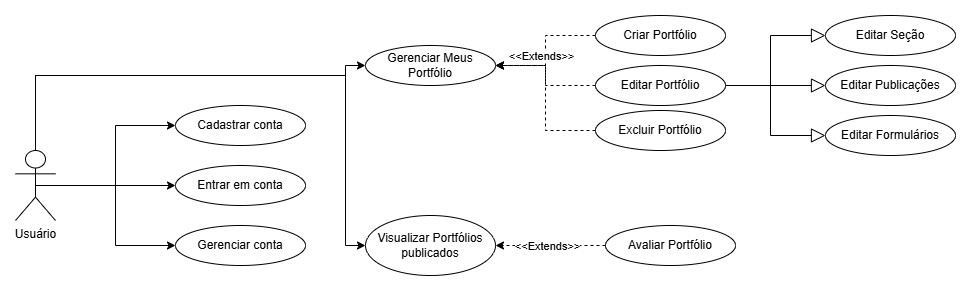
Before: documents/TF-CasosDeUso.png, a diagram exported from draw.io (splantapot/atividadeFinal_DSenai). Source tidied: cells renumbered, new cells last; positions are measured from the earlier drawing's top-left corner, leaving out a move shared by most shapes.
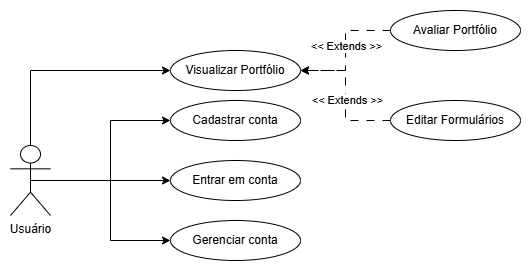
After the commit.

Diff of the diagram source:
```diff
@@ -15,87 +15,41 @@
       <mxGeometry relative="1" as="geometry">
         <Array as="points">
           <mxPoint x="20" y="60" />
-          <mxPoint x="330" y="60" />
-          <mxPoint x="330" y="50" />
         </Array>
       </mxGeometry>
     </mxCell>
-    <mxCell id="6" style="edgeStyle=orthogonalEdgeStyle;rounded=0;jettySize=auto;html=1;exitX=0.5;exitY=0.5;exitDx=0;exitDy=0;exitPerimeter=0;entryX=0;entryY=0.5;entryDx=0;entryDy=0;" parent="1" edge="1" source="7" target="10">
-      <mxGeometry relative="1" as="geometry">
-        <Array as="points">
-          <mxPoint x="20" y="60" />
-          <mxPoint x="330" y="60" />
-          <mxPoint x="330" y="230" />
-        </Array>
-      </mxGeometry>
-    </mxCell>
     <mxCell id="7" value="Usuário" style="shape=umlActor;verticalLabelPosition=bottom;verticalAlign=top;html=1;outlineConnect=0;" parent="1" vertex="1">
       <mxGeometry y="135" width="40" height="70" as="geometry" />
     </mxCell>
     <mxCell id="8" value="Gerenciar conta" style="ellipse;whiteSpace=wrap;html=1;" parent="1" vertex="1">
       <mxGeometry x="160" y="210" width="130" height="40" as="geometry" />
     </mxCell>
-    <mxCell id="9" value="Gerenciar Meus Portfólio" style="ellipse;whiteSpace=wrap;html=1;" parent="1" vertex="1">
-      <mxGeometry x="350" y="30" width="130" height="40" as="geometry" />
+    <mxCell id="9" value="Visualizar Portfólio" style="ellipse;whiteSpace=wrap;html=1;" parent="1" vertex="1">
+      <mxGeometry x="160" y="40" width="130" height="40" as="geometry" />
     </mxCell>
-    <mxCell id="10" value="Visualizar Portfólios publicados" style="ellipse;whiteSpace=wrap;html=1;" parent="1" vertex="1">
-      <mxGeometry x="350" y="200" width="130" height="60" as="geometry" />
-    </mxCell>
     <mxCell id="11" value="Cadastrar conta" style="ellipse;whiteSpace=wrap;html=1;" parent="1" vertex="1">
       <mxGeometry x="160" y="90" width="130" height="40" as="geometry" />
     </mxCell>
     <mxCell id="12" value="Entrar em conta" style="ellipse;whiteSpace=wrap;html=1;" parent="1" vertex="1">
       <mxGeometry x="160" y="150" width="130" height="40" as="geometry" />
     </mxCell>
-    <mxCell id="13" style="edgeStyle=orthogonalEdgeStyle;rounded=0;jettySize=auto;html=1;exitX=0;exitY=0.5;exitDx=0;exitDy=0;entryX=1;entryY=0.5;entryDx=0;entryDy=0;dashed=1;" parent="1" edge="1" source="14" target="9">
-      <mxGeometry relative="1" as="geometry" />
-    </mxCell>
-    <mxCell id="14" value="Criar Portfólio" style="ellipse;whiteSpace=wrap;html=1;" parent="1" vertex="1">
-      <mxGeometry x="580" width="130" height="40" as="geometry" />
-    </mxCell>
-    <mxCell id="15" style="edgeStyle=orthogonalEdgeStyle;rounded=0;jettySize=auto;html=1;exitX=0;exitY=0.5;exitDx=0;exitDy=0;entryX=1;entryY=0.5;entryDx=0;entryDy=0;dashed=1;" parent="1" edge="1" source="16" target="9">
-      <mxGeometry relative="1" as="geometry" />
-    </mxCell>
-    <mxCell id="16" value="Excluir Portfólio" style="ellipse;whiteSpace=wrap;html=1;" parent="1" vertex="1">
-      <mxGeometry x="580" y="95" width="130" height="40" as="geometry" />
-    </mxCell>
-    <mxCell id="17" style="edgeStyle=orthogonalEdgeStyle;rounded=0;jettySize=auto;html=1;exitX=0;exitY=0.5;exitDx=0;exitDy=0;entryX=1;entryY=0.5;entryDx=0;entryDy=0;dashed=1;" parent="1" edge="1" source="22" target="9">
-      <mxGeometry relative="1" as="geometry" />
-    </mxCell>
-    <mxCell id="18" value="&amp;lt;&amp;lt;Extends&amp;gt;&amp;gt;" style="edgeLabel;html=1;align=center;verticalAlign=middle;" parent="17" vertex="1">
-      <mxGeometry x="-0.12" y="4" relative="1" as="geometry">
-        <mxPoint x="-1" y="-27" as="offset" />
-      </mxGeometry>
-    </mxCell>
-    <mxCell id="19" style="edgeStyle=orthogonalEdgeStyle;rounded=0;jettySize=auto;html=1;exitX=1;exitY=0.5;exitDx=0;exitDy=0;entryX=0;entryY=0.5;entryDx=0;entryDy=0;endArrow=block;endFill=0;strokeWidth=1;endSize=12;" parent="1" edge="1" source="22" target="23">
-      <mxGeometry relative="1" as="geometry" />
-    </mxCell>
-    <mxCell id="20" style="edgeStyle=orthogonalEdgeStyle;rounded=0;jettySize=auto;html=1;exitX=1;exitY=0.5;exitDx=0;exitDy=0;endArrow=block;endFill=0;endSize=12;" parent="1" edge="1" source="22" target="24">
-      <mxGeometry relative="1" as="geometry" />
-    </mxCell>
-    <mxCell id="21" style="edgeStyle=orthogonalEdgeStyle;rounded=0;jettySize=auto;html=1;exitX=1;exitY=0.5;exitDx=0;exitDy=0;entryX=0;entryY=0.5;entryDx=0;entryDy=0;endArrow=block;endFill=0;endSize=12;" parent="1" edge="1" source="22" target="25">
-      <mxGeometry relative="1" as="geometry" />
-    </mxCell>
-    <mxCell id="22" value="Editar Portfólio" style="ellipse;whiteSpace=wrap;html=1;" parent="1" vertex="1">
-      <mxGeometry x="580" y="50" width="130" height="40" as="geometry" />
-    </mxCell>
-    <mxCell id="23" value="Editar Seção" style="ellipse;whiteSpace=wrap;html=1;" parent="1" vertex="1">
-      <mxGeometry x="810" width="130" height="40" as="geometry" />
-    </mxCell>
-    <mxCell id="24" value="Editar Publicações" style="ellipse;whiteSpace=wrap;html=1;" parent="1" vertex="1">
-      <mxGeometry x="810" y="50" width="130" height="40" as="geometry" />
-    </mxCell>
+    <mxCell id="29" style="edgeStyle=orthogonalEdgeStyle;rounded=0;jettySize=auto;html=1;entryX=1;entryY=0.5;entryDx=0;entryDy=0;dashed=1;dashPattern=8 8;" parent="1" edge="1" source="25" target="9">
+      <mxGeometry relative="1" as="geometry" />
+    </mxCell>
+    <mxCell id="30" value="&amp;lt;&amp;lt; Extends &amp;gt;&amp;gt;" style="edgeLabel;html=1;align=center;verticalAlign=middle;" parent="29" vertex="1">
+      <mxGeometry x="-0.06" y="-1" relative="1" as="geometry" />
+    </mxCell>
     <mxCell id="25" value="Editar Formulários" style="ellipse;whiteSpace=wrap;html=1;" parent="1" vertex="1">
-      <mxGeometry x="810" y="100" width="130" height="40" as="geometry" />
+      <mxGeometry x="380" y="90" width="130" height="40" as="geometry" />
     </mxCell>
+    <mxCell id="31" style="edgeStyle=orthogonalEdgeStyle;rounded=0;jettySize=auto;html=1;dashed=1;dashPattern=8 8;" parent="1" edge="1" source="26" target="9">
+      <mxGeometry relative="1" as="geometry" />
+    </mxCell>
+    <mxCell id="32" value="&amp;lt;&amp;lt; Extends &amp;gt;&amp;gt;" style="edgeLabel;html=1;align=center;verticalAlign=middle;" parent="31" vertex="1">
+      <mxGeometry x="-0.08" relative="1" as="geometry" />
+    </mxCell>
     <mxCell id="26" value="Avaliar Portfólio" style="ellipse;whiteSpace=wrap;html=1;" parent="1" vertex="1">
-      <mxGeometry x="590" y="210" width="130" height="40" as="geometry" />
+      <mxGeometry x="380" width="130" height="40" as="geometry" />
     </mxCell>
-    <mxCell id="27" style="edgeStyle=orthogonalEdgeStyle;rounded=0;jettySize=auto;html=1;exitX=0;exitY=0.5;exitDx=0;exitDy=0;entryX=1;entryY=0.5;entryDx=0;entryDy=0;dashed=1;" parent="1" edge="1" source="26" target="10">
-      <mxGeometry relative="1" as="geometry" />
-    </mxCell>
-    <mxCell id="28" value="&amp;lt;&amp;lt;Extends&amp;gt;&amp;gt;" style="edgeLabel;html=1;align=center;verticalAlign=middle;" parent="27" vertex="1">
-      <mxGeometry x="0.07" relative="1" as="geometry" />
-    </mxCell>
   </root>
 </mxGraphModel>
```
